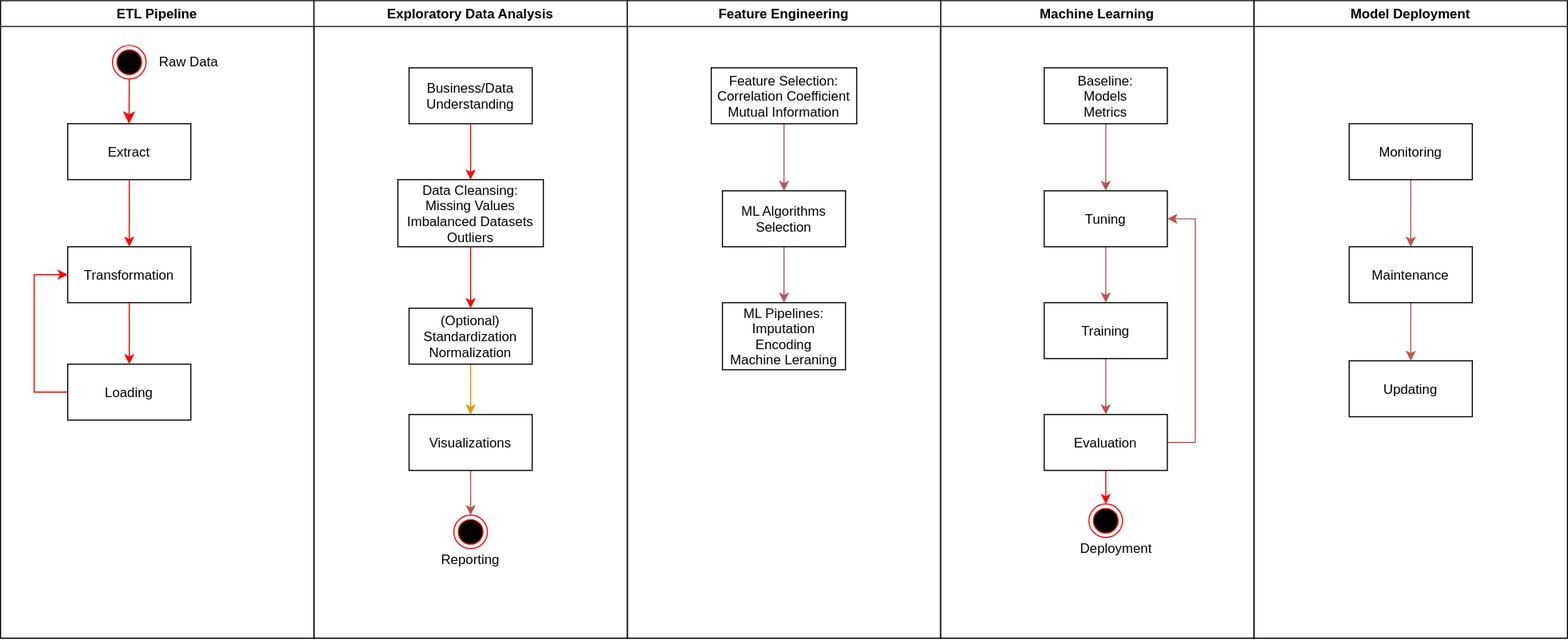
The draw.io diagram general_machine_learning.svg in ZacksAmber/Flowcharts, before a commit. Source tidied: cells renumbered, new cells last; positions are measured from the earlier drawing's top-left corner, leaving out a move shared by most shapes.
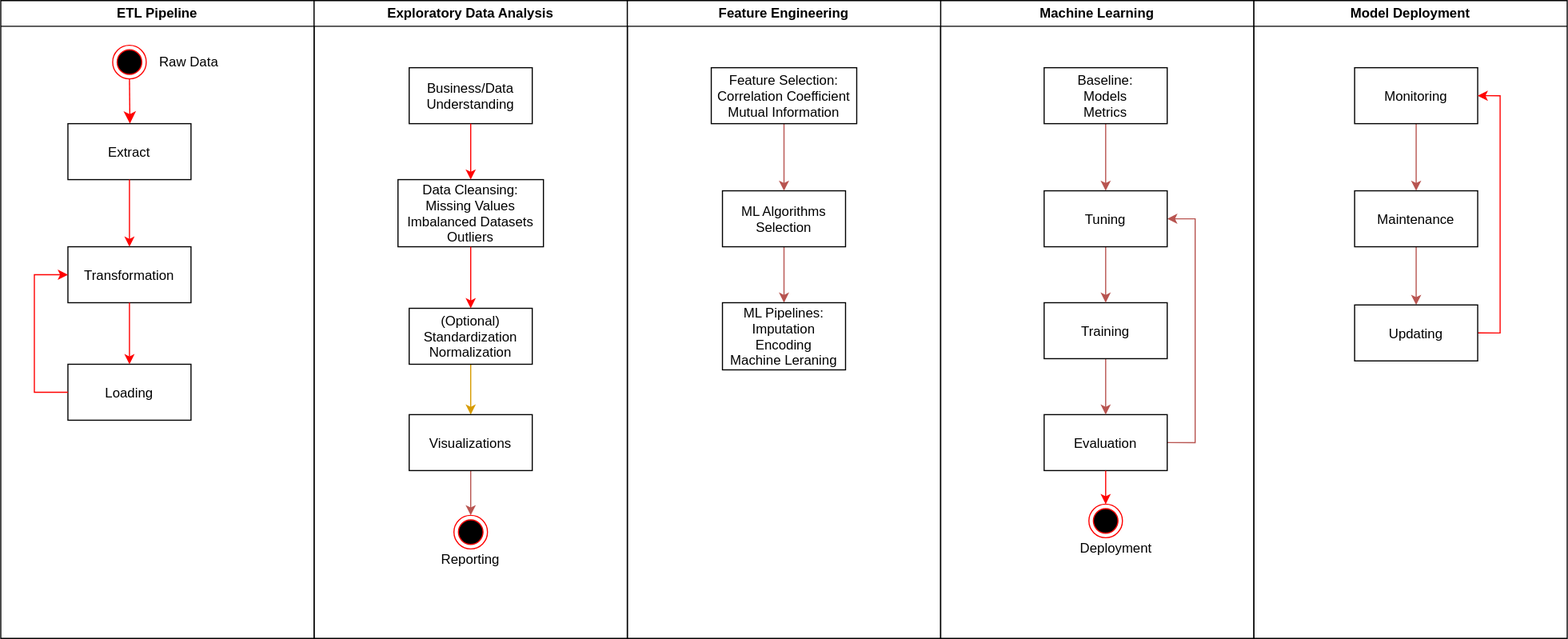
The same diagram one commit later.

The edit, as a diff of the source:
```diff
@@ -142,16 +142,19 @@
       <mxGeometry relative="1" as="geometry" />
     </mxCell>
     <mxCell id="44" value="Monitoring" parent="42" vertex="1">
-      <mxGeometry x="85" y="110" width="110" height="50" as="geometry" />
+      <mxGeometry x="90" y="60" width="110" height="50" as="geometry" />
     </mxCell>
     <mxCell id="45" style="edgeStyle=orthogonalEdgeStyle;rounded=0;jettySize=auto;html=1;fillColor=#f8cecc;strokeColor=#b85450;" parent="42" edge="1" source="46" target="47">
       <mxGeometry relative="1" as="geometry" />
     </mxCell>
     <mxCell id="46" value="Maintenance" parent="42" vertex="1">
-      <mxGeometry x="85" y="220" width="110" height="50" as="geometry" />
+      <mxGeometry x="90" y="170" width="110" height="50" as="geometry" />
     </mxCell>
+    <mxCell id="48" style="edgeStyle=orthogonalEdgeStyle;rounded=0;jettySize=auto;html=1;exitX=1;exitY=0.5;exitDx=0;exitDy=0;entryX=1;entryY=0.5;entryDx=0;entryDy=0;strokeColor=#FF0000;" parent="42" edge="1" source="47" target="44">
+      <mxGeometry relative="1" as="geometry" />
+    </mxCell>
     <mxCell id="47" value="Updating" parent="42" vertex="1">
-      <mxGeometry x="85" y="322" width="110" height="50" as="geometry" />
+      <mxGeometry x="90" y="272" width="110" height="50" as="geometry" />
     </mxCell>
   </root>
 </mxGraphModel>
```
